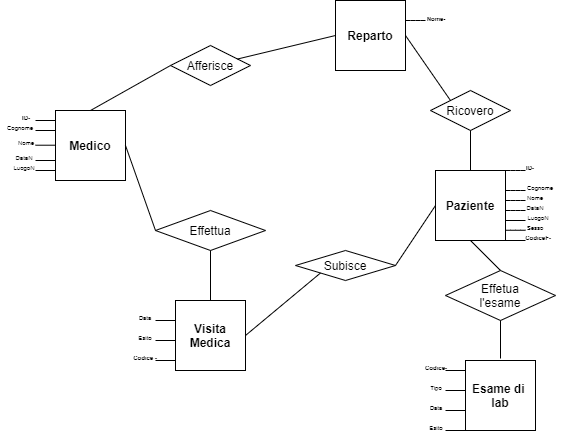
This is ModelloE-R_Porcaro_Mirko.png from lokriml/Miniature-OffTopic, a draw.io export, as it was before one commit. Source tidied: cells renumbered, new cells last; positions are measured from the earlier drawing's top-left corner, leaving out a move shared by most shapes.
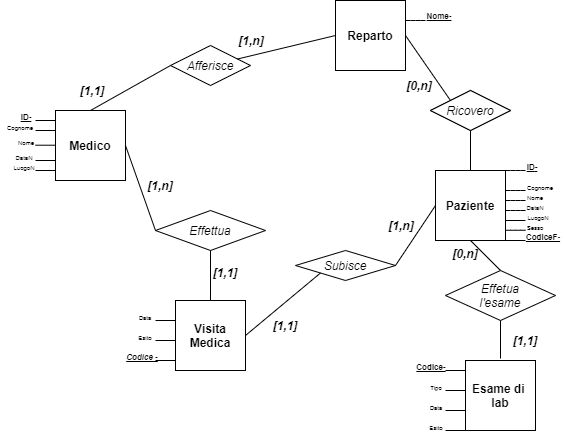
Later version of the same file.

What changed in the source:
```diff
@@ -2,7 +2,7 @@
   <root>
     <mxCell id="0" />
     <mxCell id="1" parent="0" />
-    <mxCell id="2" value="Effettua" style="rhombus;whiteSpace=wrap;html=1;" parent="1" vertex="1">
+    <mxCell id="2" value="&lt;i&gt;Effettua&lt;/i&gt;" style="rhombus;whiteSpace=wrap;html=1;" parent="1" vertex="1">
       <mxGeometry x="155" y="210" width="110" height="40" as="geometry" />
     </mxCell>
     <mxCell id="3" value="Medico" style="shape=table;startSize=30;rowLines=0;fontStyle=1;align=center;" parent="1" vertex="1">
@@ -20,16 +20,16 @@
     <mxCell id="7" value="Esame di &#10;lab" style="shape=table;startSize=30;rowLines=0;fontStyle=1;align=center;" parent="1" vertex="1">
       <mxGeometry x="465" y="360" width="70" height="70" as="geometry" />
     </mxCell>
-    <mxCell id="8" value="Subisce" style="rhombus;whiteSpace=wrap;html=1;" parent="1" vertex="1">
+    <mxCell id="8" value="&lt;i&gt;Subisce&lt;/i&gt;" style="rhombus;whiteSpace=wrap;html=1;" parent="1" vertex="1">
       <mxGeometry x="295" y="250" width="100" height="30" as="geometry" />
     </mxCell>
-    <mxCell id="9" value="Effetua&lt;br&gt;l'esame" style="rhombus;whiteSpace=wrap;html=1;" parent="1" vertex="1">
+    <mxCell id="9" value="&lt;i&gt;Effetua&lt;br&gt;l'esame&lt;/i&gt;" style="rhombus;whiteSpace=wrap;html=1;" parent="1" vertex="1">
       <mxGeometry x="445" y="270" width="110" height="50" as="geometry" />
     </mxCell>
     <mxCell id="10" value="Ricovero" style="rhombus;whiteSpace=wrap;html=1;" parent="1" vertex="1">
       <mxGeometry x="430" y="90" width="80" height="40" as="geometry" />
     </mxCell>
-    <mxCell id="11" value="Afferisce" style="rhombus;whiteSpace=wrap;html=1;" parent="1" vertex="1">
+    <mxCell id="11" value="&lt;i&gt;Afferisce&lt;/i&gt;" style="rhombus;whiteSpace=wrap;html=1;" parent="1" vertex="1">
       <mxGeometry x="170" y="45" width="80" height="40" as="geometry" />
     </mxCell>
     <mxCell id="12" style="edgeStyle=orthogonalEdgeStyle;rounded=0;orthogonalLoop=1;jettySize=auto;html=1;exitX=0.5;exitY=1;exitDx=0;exitDy=0;" parent="1" edge="1" source="8" target="8">
@@ -205,7 +205,7 @@
         </Array>
       </mxGeometry>
     </mxCell>
-    <mxCell id="43" value="&lt;span style=&quot;font-size: 6px&quot;&gt;&lt;b&gt;ID-&lt;/b&gt;&lt;/span&gt;" style="text;html=1;strokeColor=none;fillColor=none;align=center;verticalAlign=middle;whiteSpace=wrap;rounded=0;" parent="1" vertex="1">
+    <mxCell id="43" value="&lt;b&gt;&lt;font style=&quot;font-size: 8px&quot;&gt;&lt;u&gt;ID-&lt;/u&gt;&lt;/font&gt;&lt;/b&gt;" style="text;html=1;strokeColor=none;fillColor=none;align=center;verticalAlign=middle;whiteSpace=wrap;rounded=0;" parent="1" vertex="1">
       <mxGeometry x="6" y="110" width="40" height="10" as="geometry" />
     </mxCell>
     <mxCell id="44" value="&lt;span style=&quot;font-size: 6px&quot;&gt;Cognome&lt;/span&gt;" style="text;html=1;strokeColor=none;fillColor=none;align=center;verticalAlign=middle;whiteSpace=wrap;rounded=0;" parent="1" vertex="1">
@@ -226,11 +226,11 @@
     <mxCell id="49" value="&lt;span style=&quot;font-size: 6px&quot;&gt;Esito&lt;/span&gt;" style="text;html=1;strokeColor=none;fillColor=none;align=center;verticalAlign=middle;whiteSpace=wrap;rounded=0;" parent="1" vertex="1">
       <mxGeometry x="125" y="330" width="40" height="10" as="geometry" />
     </mxCell>
-    <mxCell id="50" value="&lt;span style=&quot;font-size: 6px&quot;&gt;&lt;b&gt;Codice -&lt;/b&gt;&lt;/span&gt;" style="text;html=1;strokeColor=none;fillColor=none;align=center;verticalAlign=middle;whiteSpace=wrap;rounded=0;" parent="1" vertex="1">
-      <mxGeometry x="125" y="350" width="40" height="10" as="geometry" />
+    <mxCell id="50" value="&lt;b&gt;&lt;i&gt;&lt;font style=&quot;font-size: 8px&quot;&gt;&lt;u&gt;Codice -&lt;/u&gt;&lt;/font&gt;&lt;/i&gt;&lt;/b&gt;" style="text;html=1;strokeColor=none;fillColor=none;align=center;verticalAlign=middle;whiteSpace=wrap;rounded=0;" parent="1" vertex="1">
+      <mxGeometry x="122" y="350" width="40" height="10" as="geometry" />
     </mxCell>
-    <mxCell id="51" value="&lt;span style=&quot;font-size: 6px&quot;&gt;&lt;b&gt;Codice&lt;/b&gt;-&lt;/span&gt;" style="text;html=1;strokeColor=none;fillColor=none;align=center;verticalAlign=middle;whiteSpace=wrap;rounded=0;" parent="1" vertex="1">
-      <mxGeometry x="416" y="360" width="40" height="10" as="geometry" />
+    <mxCell id="51" value="&lt;u&gt;&lt;font style=&quot;font-size: 8px&quot;&gt;&lt;b&gt;Codice&lt;/b&gt;-&lt;/font&gt;&lt;/u&gt;" style="text;html=1;strokeColor=none;fillColor=none;align=center;verticalAlign=middle;whiteSpace=wrap;rounded=0;" parent="1" vertex="1">
+      <mxGeometry x="411" y="360" width="40" height="10" as="geometry" />
     </mxCell>
     <mxCell id="52" value="&lt;span style=&quot;font-size: 6px&quot;&gt;Tipo&lt;/span&gt;" style="text;html=1;strokeColor=none;fillColor=none;align=center;verticalAlign=middle;whiteSpace=wrap;rounded=0;" parent="1" vertex="1">
       <mxGeometry x="416" y="380" width="40" height="10" as="geometry" />
@@ -241,8 +241,8 @@
     <mxCell id="54" value="&lt;span style=&quot;font-size: 6px&quot;&gt;Esito&lt;/span&gt;" style="text;html=1;strokeColor=none;fillColor=none;align=center;verticalAlign=middle;whiteSpace=wrap;rounded=0;" parent="1" vertex="1">
       <mxGeometry x="416" y="420" width="40" height="10" as="geometry" />
     </mxCell>
-    <mxCell id="55" value="&lt;span style=&quot;font-size: 6px&quot;&gt;&lt;b&gt;ID&lt;/b&gt;-&lt;/span&gt;" style="text;html=1;strokeColor=none;fillColor=none;align=center;verticalAlign=middle;whiteSpace=wrap;rounded=0;" parent="1" vertex="1">
-      <mxGeometry x="510" y="160" width="40" height="10" as="geometry" />
+    <mxCell id="55" value="&lt;font style=&quot;font-size: 8px&quot;&gt;&lt;u&gt;&lt;b&gt;ID&lt;/b&gt;-&lt;/u&gt;&lt;/font&gt;" style="text;html=1;strokeColor=none;fillColor=none;align=center;verticalAlign=middle;whiteSpace=wrap;rounded=0;" parent="1" vertex="1">
+      <mxGeometry x="512" y="160" width="40" height="10" as="geometry" />
     </mxCell>
     <mxCell id="56" value="&lt;span style=&quot;font-size: 6px&quot;&gt;Cognome&lt;/span&gt;" style="text;html=1;strokeColor=none;fillColor=none;align=center;verticalAlign=middle;whiteSpace=wrap;rounded=0;" parent="1" vertex="1">
       <mxGeometry x="520" y="180" width="40" height="10" as="geometry" />
@@ -250,8 +250,8 @@
     <mxCell id="57" value="&lt;span style=&quot;font-size: 6px&quot;&gt;Sesso&lt;/span&gt;" style="text;html=1;strokeColor=none;fillColor=none;align=center;verticalAlign=middle;whiteSpace=wrap;rounded=0;" parent="1" vertex="1">
       <mxGeometry x="515" y="220" width="40" height="10" as="geometry" />
     </mxCell>
-    <mxCell id="58" value="&lt;span style=&quot;font-size: 6px&quot;&gt;&lt;b&gt;CodiceF-&lt;/b&gt;&lt;/span&gt;" style="text;html=1;strokeColor=none;fillColor=none;align=center;verticalAlign=middle;whiteSpace=wrap;rounded=0;" parent="1" vertex="1">
-      <mxGeometry x="518" y="230" width="40" height="10" as="geometry" />
+    <mxCell id="58" value="&lt;b&gt;&lt;u&gt;&lt;font style=&quot;font-size: 8px&quot;&gt;CodiceF-&lt;/font&gt;&lt;/u&gt;&lt;/b&gt;" style="text;html=1;strokeColor=none;fillColor=none;align=center;verticalAlign=middle;whiteSpace=wrap;rounded=0;" parent="1" vertex="1">
+      <mxGeometry x="523" y="230" width="40" height="10" as="geometry" />
     </mxCell>
     <mxCell id="59" value="&lt;span style=&quot;font-size: 6px&quot;&gt;Nome&lt;/span&gt;" style="text;html=1;strokeColor=none;fillColor=none;align=center;verticalAlign=middle;whiteSpace=wrap;rounded=0;" parent="1" vertex="1">
       <mxGeometry x="515" y="190" width="40" height="10" as="geometry" />
@@ -262,8 +262,38 @@
     <mxCell id="61" value="&lt;span style=&quot;font-size: 6px&quot;&gt;LuogoN&lt;/span&gt;" style="text;html=1;strokeColor=none;fillColor=none;align=center;verticalAlign=middle;whiteSpace=wrap;rounded=0;" parent="1" vertex="1">
       <mxGeometry x="518" y="210" width="40" height="10" as="geometry" />
     </mxCell>
-    <mxCell id="62" value="&lt;span style=&quot;font-size: 6px&quot;&gt;&lt;b&gt;Nome-&lt;/b&gt;&lt;/span&gt;" style="text;html=1;strokeColor=none;fillColor=none;align=center;verticalAlign=middle;whiteSpace=wrap;rounded=0;" parent="1" vertex="1">
-      <mxGeometry x="416" y="11" width="40" height="10" as="geometry" />
+    <mxCell id="62" value="&lt;b&gt;&lt;font style=&quot;font-size: 8px&quot;&gt;&lt;u&gt;Nome-&lt;/u&gt;&lt;/font&gt;&lt;/b&gt;" style="text;html=1;strokeColor=none;fillColor=none;align=center;verticalAlign=middle;whiteSpace=wrap;rounded=0;" parent="1" vertex="1">
+      <mxGeometry x="419" y="9" width="40" height="10" as="geometry" />
     </mxCell>
+    <mxCell id="63" value="&lt;b&gt;&lt;i&gt;[1,1]&lt;/i&gt;&lt;/b&gt;" style="text;html=1;strokeColor=none;fillColor=none;align=center;verticalAlign=middle;whiteSpace=wrap;rounded=0;" parent="1" vertex="1">
+      <mxGeometry x="265" y="320" width="40" height="10" as="geometry" />
+    </mxCell>
+    <mxCell id="64" value="&lt;b&gt;&lt;i&gt;[1,1]&lt;/i&gt;&lt;/b&gt;" style="text;html=1;strokeColor=none;fillColor=none;align=center;verticalAlign=middle;whiteSpace=wrap;rounded=0;" parent="1" vertex="1">
+      <mxGeometry x="205" y="267" width="40" height="10" as="geometry" />
+    </mxCell>
+    <mxCell id="65" value="&lt;b&gt;&lt;i&gt;[1,n]&lt;/i&gt;&lt;/b&gt;" style="text;html=1;strokeColor=none;fillColor=none;align=center;verticalAlign=middle;whiteSpace=wrap;rounded=0;" parent="1" vertex="1">
+      <mxGeometry x="140" y="180" width="40" height="10" as="geometry" />
+    </mxCell>
+    <mxCell id="66" value="&lt;b&gt;&lt;i&gt;[1,1]&lt;/i&gt;&lt;/b&gt;" style="text;html=1;strokeColor=none;fillColor=none;align=center;verticalAlign=middle;whiteSpace=wrap;rounded=0;" parent="1" vertex="1">
+      <mxGeometry x="72" y="85" width="40" height="10" as="geometry" />
+    </mxCell>
+    <mxCell id="67" value="&lt;b&gt;&lt;i&gt;[1,n]&lt;/i&gt;&lt;/b&gt;" style="text;html=1;strokeColor=none;fillColor=none;align=center;verticalAlign=middle;whiteSpace=wrap;rounded=0;" parent="1" vertex="1">
+      <mxGeometry x="231" y="35" width="40" height="10" as="geometry" />
+    </mxCell>
+    <mxCell id="68" value="&lt;b&gt;&lt;i&gt;[0,n]&lt;/i&gt;&lt;/b&gt;" style="text;html=1;strokeColor=none;fillColor=none;align=center;verticalAlign=middle;whiteSpace=wrap;rounded=0;" parent="1" vertex="1">
+      <mxGeometry x="399" y="80" width="40" height="10" as="geometry" />
+    </mxCell>
+    <mxCell id="69" value="&lt;b&gt;&lt;i&gt;[1,n]&lt;/i&gt;&lt;/b&gt;" style="text;html=1;strokeColor=none;fillColor=none;align=center;verticalAlign=middle;whiteSpace=wrap;rounded=0;" parent="1" vertex="1">
+      <mxGeometry x="381" y="220" width="40" height="10" as="geometry" />
+    </mxCell>
+    <mxCell id="70" value="&lt;b&gt;&lt;i&gt;[1,1]&lt;/i&gt;&lt;/b&gt;" style="text;html=1;strokeColor=none;fillColor=none;align=center;verticalAlign=middle;whiteSpace=wrap;rounded=0;" parent="1" vertex="1">
+      <mxGeometry x="505" y="335" width="40" height="10" as="geometry" />
+    </mxCell>
+    <mxCell id="71" value="&lt;b&gt;&lt;i&gt;[0,n]&lt;/i&gt;&lt;/b&gt;" style="text;html=1;strokeColor=none;fillColor=none;align=center;verticalAlign=middle;whiteSpace=wrap;rounded=0;" parent="1" vertex="1">
+      <mxGeometry x="445" y="248" width="40" height="10" as="geometry" />
+    </mxCell>
+    <mxCell id="72" value="&lt;i&gt;Ricovero&lt;/i&gt;" style="rhombus;whiteSpace=wrap;html=1;" parent="1" vertex="1">
+      <mxGeometry x="430" y="90" width="80" height="40" as="geometry" />
+    </mxCell>
   </root>
 </mxGraphModel>
```
